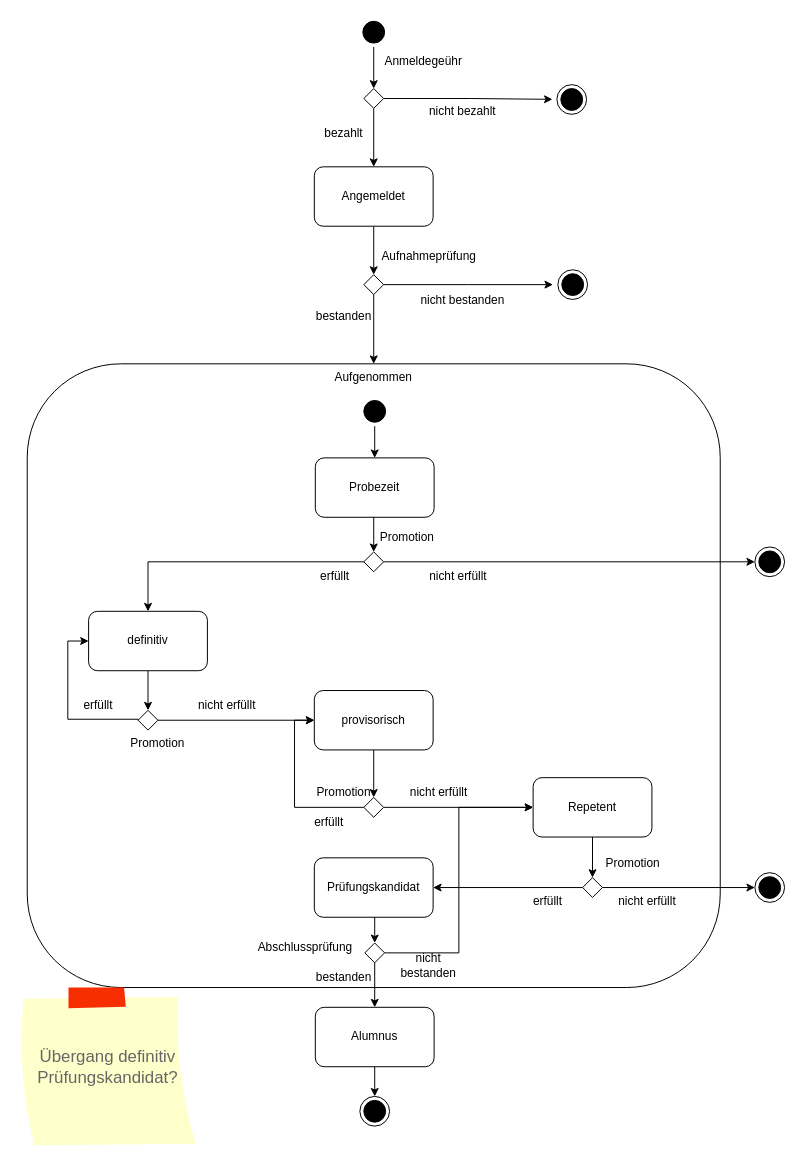
Jacques-Mock-Schindler/Studienleistung3 keeps this draw.io diagram as visualisierungen/KBW_Laufbahn_SMD.drawio. Above is the earlier version. Source tidied: cells renumbered, new cells numbered last; positions are measured from the earlier drawing's top-left corner, leaving out a move shared by most shapes. Both pictures are drawn from the tidied source at 99%, with x=0, y=0 at pixel (18, 17).
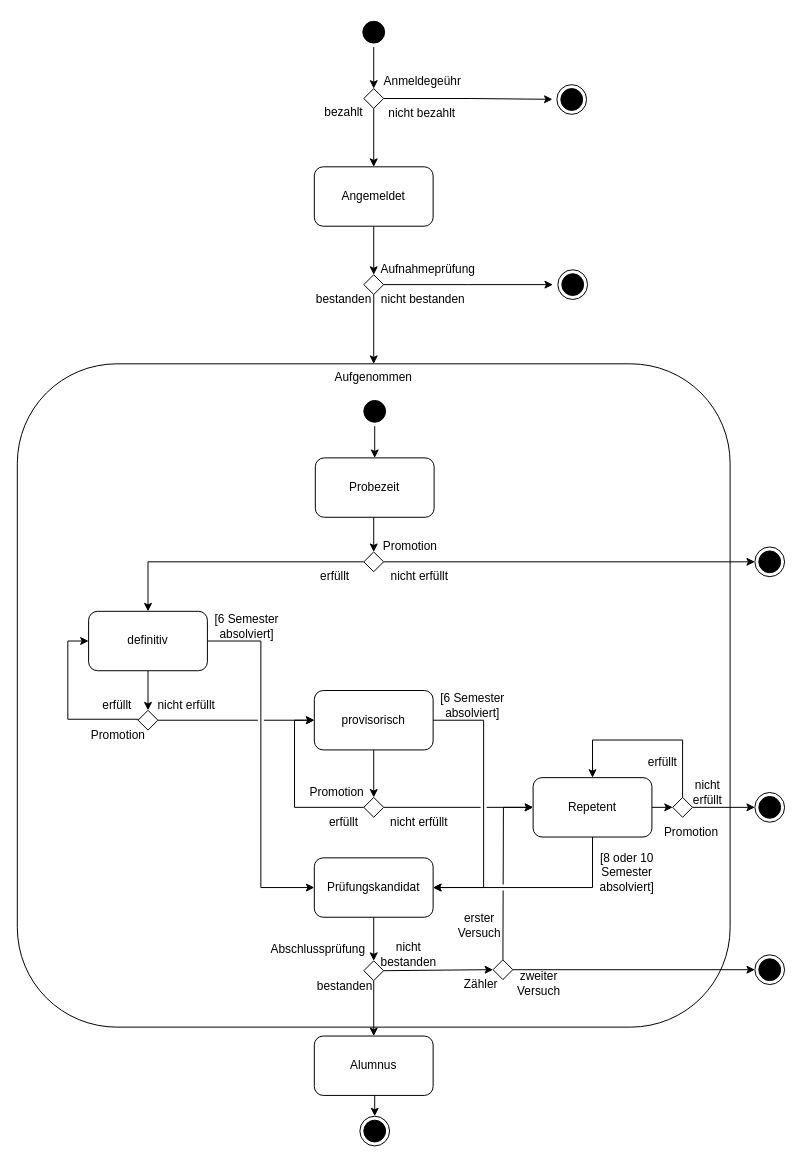
The same diagram, later.

Commit message:
Verfollständige die Grafik der SuS Laufbahn an der KBW

Unchanged cells that the change refers to:
```xml
<mxCell id="33" value="definitiv" style="rounded=1;whiteSpace=wrap;html=1;" parent="1" vertex="1">
  <mxGeometry x="71" y="600" width="120" height="60" as="geometry" />
</mxCell>
<mxCell id="36" style="rhombus;whiteSpace=wrap;html=1;" parent="1" vertex="1">
  <mxGeometry x="121" y="700" width="20" height="20" as="geometry" />
</mxCell>
<mxCell id="39" value="provisorisch" style="rounded=1;whiteSpace=wrap;html=1;" parent="1" vertex="1">
  <mxGeometry x="299" y="680" width="120" height="60" as="geometry" />
</mxCell>
<mxCell id="42" style="rhombus;whiteSpace=wrap;html=1;" parent="1" vertex="1">
  <mxGeometry x="349" y="788" width="20" height="20" as="geometry" />
</mxCell>
<mxCell id="45" value="Repetent" style="rounded=1;whiteSpace=wrap;html=1;" parent="1" vertex="1">
  <mxGeometry x="520" y="768" width="120" height="60" as="geometry" />
</mxCell>
<mxCell id="54" value="Prüfungskandidat" style="rounded=1;whiteSpace=wrap;html=1;" parent="1" vertex="1">
  <mxGeometry x="299" y="849" width="120" height="60" as="geometry" />
</mxCell>
```

Diff of the diagram source:
```diff
@@
     <mxCell id="6" value="Aufgenommen" style="rounded=1;whiteSpace=wrap;html=1;verticalAlign=top;" parent="1" vertex="1">
-      <mxGeometry x="9" y="350" width="700" height="630" as="geometry" />
+      <mxGeometry x="-1" y="350" width="720" height="670" as="geometry" />
     </mxCell>
     <mxCell id="7" style="ellipse;html=1;shape=endState;fillColor=#000000;strokeColor=#000000;" parent="1" vertex="1">
-      <mxGeometry x="345" y="1090" width="30" height="30" as="geometry" />
+      <mxGeometry x="345" y="1110" width="30" height="30" as="geometry" />
     </mxCell>
@@
     <mxCell id="12" value="nicht bezahlt" style="text;html=1;strokeColor=none;fillColor=none;align=center;verticalAlign=middle;whiteSpace=wrap;rounded=0;" parent="1" vertex="1">
-      <mxGeometry x="399" y="80" width="100" height="30" as="geometry" />
+      <mxGeometry x="358" y="82" width="100" height="30" as="geometry" />
     </mxCell>
     <mxCell id="13" value="bezahlt" style="text;html=1;strokeColor=none;fillColor=none;align=center;verticalAlign=middle;whiteSpace=wrap;rounded=0;" parent="1" vertex="1">
-      <mxGeometry x="299" y="102" width="60" height="30" as="geometry" />
+      <mxGeometry x="299" y="81" width="60" height="30" as="geometry" />
     </mxCell>
@@
     <mxCell id="17" value="Aufnahmeprüfung" style="text;html=1;strokeColor=none;fillColor=none;align=center;verticalAlign=middle;whiteSpace=wrap;rounded=0;" parent="1" vertex="1">
-      <mxGeometry x="360" y="227" width="110" height="30" as="geometry" />
+      <mxGeometry x="359" y="240" width="110" height="30" as="geometry" />
     </mxCell>
@@
     <mxCell id="19" value="nicht bestanden" style="text;html=1;strokeColor=none;fillColor=none;align=center;verticalAlign=middle;whiteSpace=wrap;rounded=0;" parent="1" vertex="1">
-      <mxGeometry x="399" y="271" width="100" height="30" as="geometry" />
+      <mxGeometry x="359" y="270" width="100" height="30" as="geometry" />
     </mxCell>
     <mxCell id="20" value="bestanden" style="text;html=1;strokeColor=none;fillColor=none;align=center;verticalAlign=middle;whiteSpace=wrap;rounded=0;" parent="1" vertex="1">
-      <mxGeometry x="299" y="287" width="60" height="30" as="geometry" />
+      <mxGeometry x="299" y="270" width="60" height="30" as="geometry" />
     </mxCell>
@@
     <mxCell id="25" value="Anmeldegeühr" style="text;html=1;strokeColor=none;fillColor=none;align=center;verticalAlign=middle;whiteSpace=wrap;rounded=0;" parent="1" vertex="1">
-      <mxGeometry x="359" y="30" width="101" height="30" as="geometry" />
+      <mxGeometry x="358" y="50" width="101" height="30" as="geometry" />
     </mxCell>
@@
     <mxCell id="29" value="Promotion" style="text;html=1;strokeColor=none;fillColor=none;align=center;verticalAlign=middle;whiteSpace=wrap;rounded=0;" parent="1" vertex="1">
-      <mxGeometry x="363" y="510" width="60" height="30" as="geometry" />
+      <mxGeometry x="366" y="520" width="60" height="30" as="geometry" />
     </mxCell>
@@
     <mxCell id="31" value="nicht erfüllt" style="text;html=1;strokeColor=none;fillColor=none;align=center;verticalAlign=middle;whiteSpace=wrap;rounded=0;" parent="1" vertex="1">
-      <mxGeometry x="409" y="550" width="71" height="30" as="geometry" />
+      <mxGeometry x="370" y="550" width="71" height="30" as="geometry" />
     </mxCell>
@@
+    <mxCell id="69" style="edgeStyle=orthogonalEdgeStyle;rounded=0;jettySize=auto;html=1;exitX=1;exitY=0.5;exitDx=0;exitDy=0;entryX=0;entryY=0.5;entryDx=0;entryDy=0;" parent="1" edge="1" source="33" target="54">
+      <mxGeometry relative="1" as="geometry" />
+    </mxCell>
@@
-    <mxCell id="34" style="edgeStyle=orthogonalEdgeStyle;rounded=0;jettySize=auto;html=1;exitX=1;exitY=0.5;exitDx=0;exitDy=0;entryX=0;entryY=0.5;entryDx=0;entryDy=0;" parent="1" edge="1" source="36" target="39">
+    <mxCell id="34" style="edgeStyle=orthogonalEdgeStyle;rounded=0;jettySize=auto;html=1;exitX=1;exitY=0.5;exitDx=0;exitDy=0;entryX=0;entryY=0.5;entryDx=0;entryDy=0;jumpStyle=gap;" parent="1" edge="1" source="36" target="39">
       <mxGeometry relative="1" as="geometry" />
     </mxCell>
@@
     <mxCell id="37" value="Promotion" style="text;html=1;strokeColor=none;fillColor=none;align=center;verticalAlign=middle;whiteSpace=wrap;rounded=0;" parent="1" vertex="1">
-      <mxGeometry x="111" y="719" width="60" height="30" as="geometry" />
+      <mxGeometry x="71" y="710" width="60" height="30" as="geometry" />
     </mxCell>
@@
+    <mxCell id="70" style="edgeStyle=orthogonalEdgeStyle;rounded=0;jettySize=auto;html=1;exitX=1;exitY=0.5;exitDx=0;exitDy=0;entryX=1;entryY=0.5;entryDx=0;entryDy=0;jumpStyle=arc;" parent="1" edge="1" source="39" target="54">
+      <mxGeometry relative="1" as="geometry">
+        <Array as="points">
+          <mxPoint x="470" y="710" />
+          <mxPoint x="470" y="879" />
+        </Array>
+      </mxGeometry>
+    </mxCell>
@@
-    <mxCell id="40" style="edgeStyle=orthogonalEdgeStyle;rounded=0;jettySize=auto;html=1;exitX=1;exitY=0.5;exitDx=0;exitDy=0;entryX=0;entryY=0.5;entryDx=0;entryDy=0;" parent="1" edge="1" source="42" target="45">
+    <mxCell id="40" style="edgeStyle=orthogonalEdgeStyle;rounded=0;jettySize=auto;html=1;exitX=1;exitY=0.5;exitDx=0;exitDy=0;entryX=0;entryY=0.5;entryDx=0;entryDy=0;jumpStyle=gap;" parent="1" edge="1" source="42" target="45">
       <mxGeometry relative="1" as="geometry" />
     </mxCell>
@@
     <mxCell id="43" value="Promotion" style="text;html=1;strokeColor=none;fillColor=none;align=center;verticalAlign=middle;whiteSpace=wrap;rounded=0;" parent="1" vertex="1">
-      <mxGeometry x="299" y="768" width="60" height="30" as="geometry" />
+      <mxGeometry x="292" y="768" width="60" height="30" as="geometry" />
     </mxCell>
-    <mxCell id="44" style="edgeStyle=orthogonalEdgeStyle;rounded=0;jettySize=auto;html=1;exitX=0.5;exitY=1;exitDx=0;exitDy=0;entryX=0.5;entryY=0;entryDx=0;entryDy=0;" parent="1" edge="1" source="45" target="48">
+    <mxCell id="44" style="edgeStyle=orthogonalEdgeStyle;rounded=0;jettySize=auto;html=1;exitX=1;exitY=0.5;exitDx=0;exitDy=0;entryX=0;entryY=0.5;entryDx=0;entryDy=0;" parent="1" edge="1" source="45" target="48">
       <mxGeometry relative="1" as="geometry" />
     </mxCell>
+    <mxCell id="71" style="edgeStyle=orthogonalEdgeStyle;rounded=0;jettySize=auto;html=1;exitX=0.5;exitY=1;exitDx=0;exitDy=0;entryX=1;entryY=0.5;entryDx=0;entryDy=0;" parent="1" edge="1" source="45" target="54">
+      <mxGeometry relative="1" as="geometry" />
+    </mxCell>
@@
-    <mxCell id="47" style="edgeStyle=orthogonalEdgeStyle;rounded=0;jettySize=auto;html=1;exitX=0;exitY=0.5;exitDx=0;exitDy=0;entryX=1;entryY=0.5;entryDx=0;entryDy=0;" parent="1" edge="1" source="48" target="54">
-      <mxGeometry relative="1" as="geometry" />
-    </mxCell>
+    <mxCell id="72" style="edgeStyle=orthogonalEdgeStyle;rounded=0;jettySize=auto;html=1;exitX=0.5;exitY=0;exitDx=0;exitDy=0;entryX=0.5;entryY=0;entryDx=0;entryDy=0;" parent="1" edge="1" source="48" target="45">
+      <mxGeometry relative="1" as="geometry">
+        <Array as="points">
+          <mxPoint x="671" y="730" />
+          <mxPoint x="580" y="730" />
+        </Array>
+      </mxGeometry>
+    </mxCell>
     <mxCell id="48" style="rhombus;whiteSpace=wrap;html=1;" parent="1" vertex="1">
-      <mxGeometry x="570" y="869" width="20" height="20" as="geometry" />
+      <mxGeometry x="661" y="788" width="20" height="20" as="geometry" />
     </mxCell>
     <mxCell id="49" value="Promotion" style="text;html=1;strokeColor=none;fillColor=none;align=center;verticalAlign=middle;whiteSpace=wrap;rounded=0;" parent="1" vertex="1">
-      <mxGeometry x="591" y="840" width="60" height="30" as="geometry" />
+      <mxGeometry x="650" y="808" width="60" height="30" as="geometry" />
     </mxCell>
-    <mxCell id="50" value="nicht erfüllt" style="text;html=1;strokeColor=none;fillColor=none;align=center;verticalAlign=middle;whiteSpace=wrap;rounded=0;" parent="1" vertex="1">
-      <mxGeometry x="600" y="878" width="71" height="30" as="geometry" />
+    <mxCell id="50" value="nicht&lt;br&gt;erfüllt" style="text;html=1;strokeColor=none;fillColor=none;align=center;verticalAlign=middle;whiteSpace=wrap;rounded=0;" parent="1" vertex="1">
+      <mxGeometry x="661" y="768" width="71" height="30" as="geometry" />
     </mxCell>
@@
     <mxCell id="52" style="ellipse;html=1;shape=endState;fillColor=#000000;strokeColor=#000000;" parent="1" vertex="1">
-      <mxGeometry x="744" y="864" width="30" height="30" as="geometry" />
+      <mxGeometry x="744" y="783" width="30" height="30" as="geometry" />
     </mxCell>
@@
-    <mxCell id="55" style="edgeStyle=orthogonalEdgeStyle;rounded=0;jettySize=auto;html=1;exitX=1;exitY=0.5;exitDx=0;exitDy=0;entryX=0;entryY=0.5;entryDx=0;entryDy=0;" parent="1" edge="1" source="57" target="45">
-      <mxGeometry relative="1" as="geometry" />
-    </mxCell>
@@
     <mxCell id="57" style="rhombus;whiteSpace=wrap;html=1;" parent="1" vertex="1">
-      <mxGeometry x="350" y="935" width="20" height="20" as="geometry" />
+      <mxGeometry x="349" y="953" width="20" height="20" as="geometry" />
     </mxCell>
     <mxCell id="58" value="nicht bestanden" style="text;html=1;strokeColor=none;fillColor=none;align=center;verticalAlign=middle;whiteSpace=wrap;rounded=0;" parent="1" vertex="1">
-      <mxGeometry x="379" y="943" width="71" height="30" as="geometry" />
+      <mxGeometry x="358.5" y="932" width="71" height="30" as="geometry" />
     </mxCell>
@@
     <mxCell id="60" value="Alumnus" style="rounded=1;whiteSpace=wrap;html=1;" parent="1" vertex="1">
-      <mxGeometry x="300" y="1000" width="120" height="60" as="geometry" />
+      <mxGeometry x="299" y="1029" width="120" height="60" as="geometry" />
     </mxCell>
     <mxCell id="61" value="bestanden" style="text;html=1;strokeColor=none;fillColor=none;align=center;verticalAlign=middle;whiteSpace=wrap;rounded=0;" parent="1" vertex="1">
-      <mxGeometry x="299" y="955" width="60" height="30" as="geometry" />
+      <mxGeometry x="300" y="964" width="60" height="30" as="geometry" />
     </mxCell>
     <mxCell id="62" value="nicht erfüllt" style="text;html=1;strokeColor=none;fillColor=none;align=center;verticalAlign=middle;whiteSpace=wrap;rounded=0;" parent="1" vertex="1">
-      <mxGeometry x="390" y="768" width="70" height="30" as="geometry" />
+      <mxGeometry x="370" y="798" width="70" height="30" as="geometry" />
     </mxCell>
     <mxCell id="63" value="erfüllt" style="text;html=1;strokeColor=none;fillColor=none;align=center;verticalAlign=middle;whiteSpace=wrap;rounded=0;" parent="1" vertex="1">
-      <mxGeometry x="284" y="798" width="60" height="30" as="geometry" />
+      <mxGeometry x="299" y="798" width="60" height="30" as="geometry" />
     </mxCell>
     <mxCell id="64" value="nicht erfüllt" style="text;html=1;strokeColor=none;fillColor=none;align=center;verticalAlign=middle;whiteSpace=wrap;rounded=0;" parent="1" vertex="1">
-      <mxGeometry x="171" y="680" width="80" height="30" as="geometry" />
+      <mxGeometry x="130" y="680" width="80" height="30" as="geometry" />
     </mxCell>
     <mxCell id="65" value="erfüllt" style="text;html=1;strokeColor=none;fillColor=none;align=center;verticalAlign=middle;whiteSpace=wrap;rounded=0;" parent="1" vertex="1">
-      <mxGeometry x="505" y="878" width="60" height="30" as="geometry" />
+      <mxGeometry x="621" y="738" width="60" height="30" as="geometry" />
     </mxCell>
     <mxCell id="66" value="Abschlussprüfung" style="text;html=1;strokeColor=none;fillColor=none;align=center;verticalAlign=middle;whiteSpace=wrap;rounded=0;" parent="1" vertex="1">
-      <mxGeometry x="235" y="925" width="110" height="30" as="geometry" />
+      <mxGeometry x="248" y="927" width="110" height="30" as="geometry" />
     </mxCell>
     <mxCell id="67" value="erfüllt" style="text;html=1;strokeColor=none;fillColor=none;align=center;verticalAlign=middle;whiteSpace=wrap;rounded=0;" parent="1" vertex="1">
-      <mxGeometry x="51" y="680" width="60" height="30" as="geometry" />
+      <mxGeometry x="70" y="680" width="60" height="30" as="geometry" />
     </mxCell>
-    <mxCell id="68" value="Übergang definitiv&lt;br&gt;Prüfungskandidat?" style="strokeWidth=1;shadow=0;dashed=0;align=center;html=1;shape=mxgraph.mockup.text.stickyNote2;fontColor=#666666;mainText=;fontSize=17;whiteSpace=wrap;fillColor=#ffffcc;strokeColor=#F62E00;" parent="1" vertex="1">
-      <mxGeometry y="980" width="181" height="161" as="geometry" />
-    </mxCell>
+    <mxCell id="73" value="[6 Semester absolviert]" style="text;html=1;strokeColor=none;fillColor=none;align=center;verticalAlign=middle;whiteSpace=wrap;rounded=0;" parent="1" vertex="1">
+      <mxGeometry x="191" y="600" width="80" height="30" as="geometry" />
+    </mxCell>
+    <mxCell id="74" value="[6 Semester absolviert]" style="text;html=1;strokeColor=none;fillColor=none;align=center;verticalAlign=middle;whiteSpace=wrap;rounded=0;" parent="1" vertex="1">
+      <mxGeometry x="419" y="680" width="80" height="30" as="geometry" />
+    </mxCell>
+    <mxCell id="75" style="edgeStyle=orthogonalEdgeStyle;rounded=0;jettySize=auto;html=1;exitX=1;exitY=0.5;exitDx=0;exitDy=0;entryX=0.5;entryY=1;entryDx=0;entryDy=0;jumpStyle=gap;" parent="1" edge="1" source="57" target="78">
+      <mxGeometry relative="1" as="geometry" />
+    </mxCell>
+    <mxCell id="76" style="edgeStyle=orthogonalEdgeStyle;rounded=0;jettySize=auto;html=1;exitX=0;exitY=0.5;exitDx=0;exitDy=0;entryX=0;entryY=0.5;entryDx=0;entryDy=0;jumpStyle=gap;" parent="1" edge="1" source="78" target="45">
+      <mxGeometry relative="1" as="geometry">
+        <Array as="points">
+          <mxPoint x="490" y="934" />
+          <mxPoint x="490" y="798" />
+        </Array>
+      </mxGeometry>
+    </mxCell>
+    <mxCell id="77" style="edgeStyle=orthogonalEdgeStyle;rounded=0;jettySize=auto;html=1;exitX=0.5;exitY=0;exitDx=0;exitDy=0;entryX=0;entryY=0.5;entryDx=0;entryDy=0;" parent="1" edge="1" source="78" target="82">
+      <mxGeometry relative="1" as="geometry" />
+    </mxCell>
+    <mxCell id="78" style="rhombus;whiteSpace=wrap;html=1;direction=south;" parent="1" vertex="1">
+      <mxGeometry x="479.5" y="952" width="20" height="20" as="geometry" />
+    </mxCell>
+    <mxCell id="79" value="Zähler" style="text;html=1;strokeColor=none;fillColor=none;align=center;verticalAlign=middle;whiteSpace=wrap;rounded=0;" parent="1" vertex="1">
+      <mxGeometry x="441.5" y="962" width="51" height="30" as="geometry" />
+    </mxCell>
+    <mxCell id="80" value="erster&lt;br&gt;Versuch" style="text;html=1;strokeColor=none;fillColor=none;align=center;verticalAlign=middle;whiteSpace=wrap;rounded=0;" parent="1" vertex="1">
+      <mxGeometry x="435.5" y="902" width="60" height="30" as="geometry" />
+    </mxCell>
+    <mxCell id="81" value="zweiter&lt;br&gt;Versuch" style="text;html=1;strokeColor=none;fillColor=none;align=center;verticalAlign=middle;whiteSpace=wrap;rounded=0;" parent="1" vertex="1">
+      <mxGeometry x="495.5" y="961" width="60" height="30" as="geometry" />
+    </mxCell>
+    <mxCell id="82" style="ellipse;html=1;shape=endState;fillColor=#000000;strokeColor=#000000;" parent="1" vertex="1">
+      <mxGeometry x="744" y="947" width="30" height="30" as="geometry" />
+    </mxCell>
+    <mxCell id="83" value="[8 oder 10 Semester absolviert]" style="text;html=1;strokeColor=none;fillColor=none;align=center;verticalAlign=middle;whiteSpace=wrap;rounded=0;" parent="1" vertex="1">
+      <mxGeometry x="580" y="849" width="70" height="30" as="geometry" />
+    </mxCell>
```
